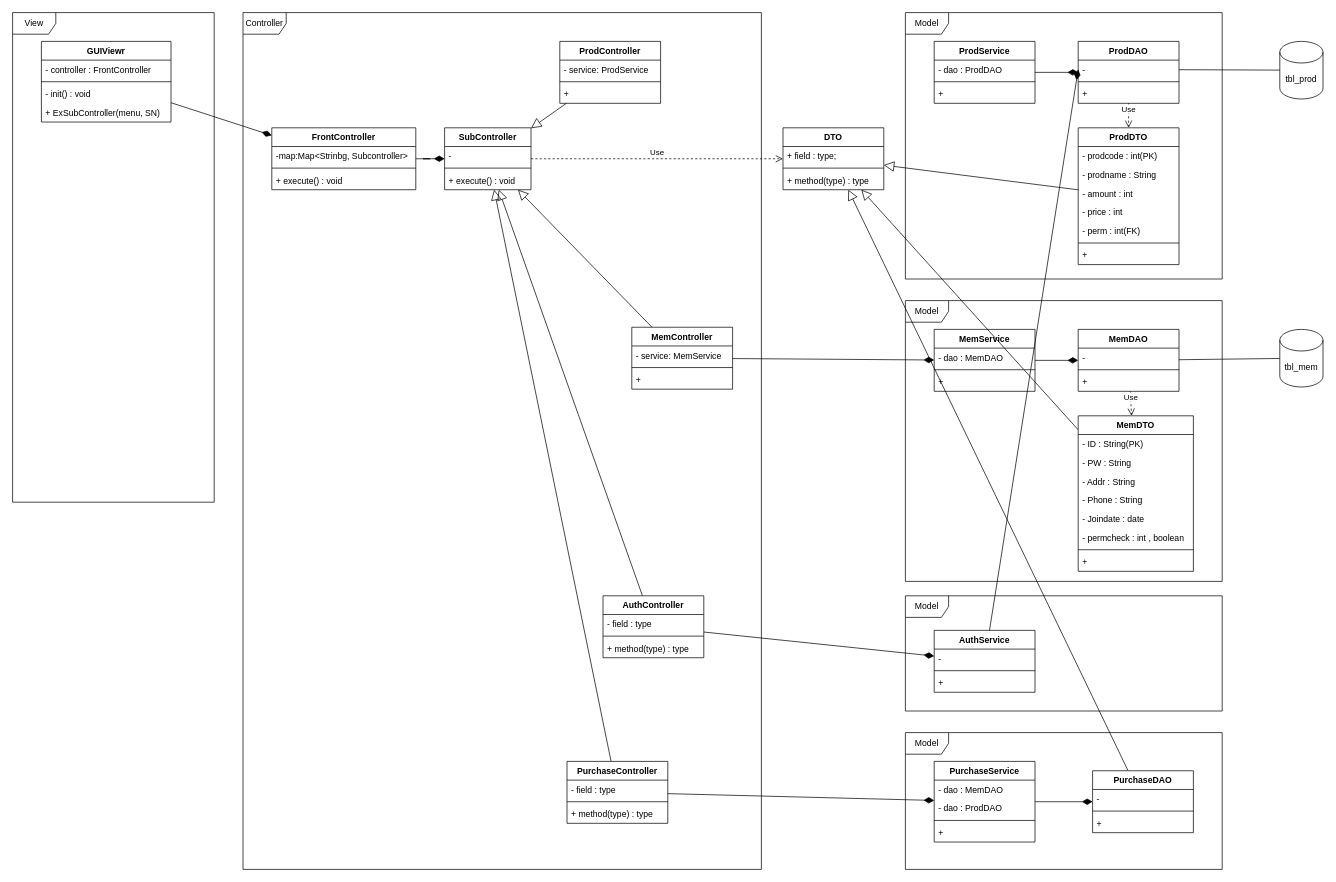
Earlier version of the draw.io diagram page "MVC" (4 of 5) of New/shopmvc.drawio (parkwonminn/teamUML). Source tidied: cells renumbered, new cells numbered last; positions are measured from the earlier drawing's top-left corner, leaving out a move shared by most shapes. Both pictures are drawn from the tidied source at 72%, with x=0, y=0 at pixel (12, 12).
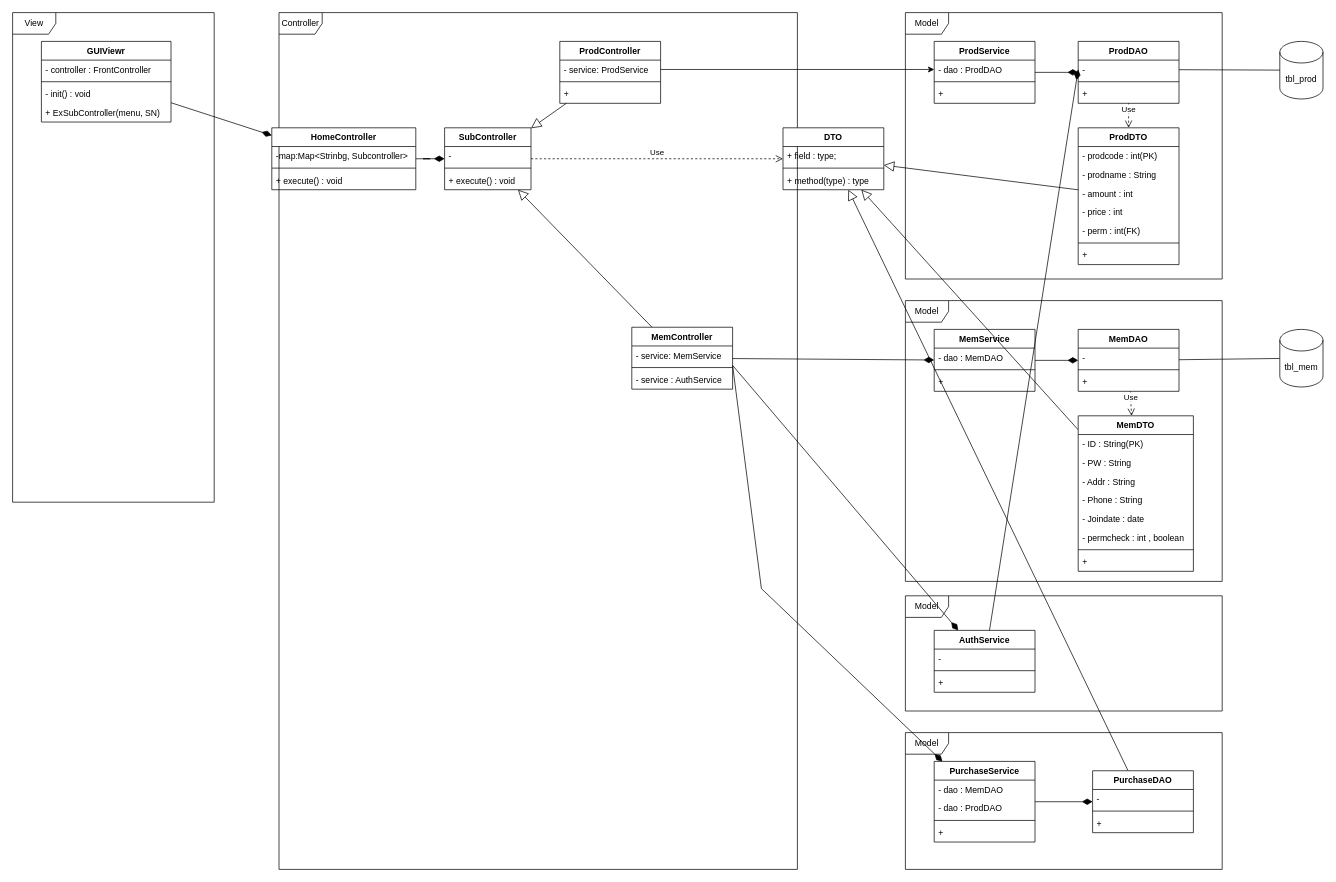
After the change.

The change refers to these unchanged cells:
```xml
<mxCell id="10" value="SubController" style="swimlane;fontStyle=1;align=center;verticalAlign=top;horizontal=1;startSize=26;" parent="1" vertex="1">
  <mxGeometry x="600" y="160" width="120" height="86" as="geometry" />
</mxCell>
<mxCell id="16" value="- service: ProdService" style="text;strokeColor=none;fillColor=none;align=left;verticalAlign=top;spacingLeft=4;spacingRight=4;overflow=hidden;points=[[0,0.5],[1,0.5]];portConstraint=eastwest;" parent="15" vertex="1">
  <mxGeometry y="26" width="140" height="26" as="geometry" />
</mxCell>
<mxCell id="20" value="MemController" style="swimlane;fontStyle=1;align=center;verticalAlign=top;horizontal=1;startSize=26;" parent="1" vertex="1">
  <mxGeometry x="860" y="437" width="140" height="86" as="geometry" />
</mxCell>
<mxCell id="34" value="- dao : ProdDAO" style="text;strokeColor=none;fillColor=none;align=left;verticalAlign=top;spacingLeft=4;spacingRight=4;overflow=hidden;points=[[0,0.5],[1,0.5]];portConstraint=eastwest;" parent="33" vertex="1">
  <mxGeometry y="26" width="140" height="26" as="geometry" />
</mxCell>
<mxCell id="73" value="PurchaseService" style="swimlane;fontStyle=1;align=center;verticalAlign=top;horizontal=1;startSize=26;" parent="1" vertex="1">
  <mxGeometry x="1280" y="1040" width="140" height="112" as="geometry" />
</mxCell>
<mxCell id="86" value="AuthService" style="swimlane;fontStyle=1;align=center;verticalAlign=top;horizontal=1;startSize=26;" parent="1" vertex="1">
  <mxGeometry x="1280" y="858" width="140" height="86" as="geometry" />
</mxCell>
```

Diff of the diagram source:
```diff
@@
     <mxCell id="3" value="Controller" style="shape=umlFrame;whiteSpace=wrap;html=1;" parent="1" vertex="1">
-      <mxGeometry x="320" width="720" height="1190" as="geometry" />
+      <mxGeometry x="370" width="720" height="1190" as="geometry" />
     </mxCell>
@@
-    <mxCell id="23" value="+" style="text;strokeColor=none;fillColor=none;align=left;verticalAlign=top;spacingLeft=4;spacingRight=4;overflow=hidden;" parent="20" vertex="1">
+    <mxCell id="23" value="- service : AuthService" style="text;strokeColor=none;fillColor=none;align=left;verticalAlign=top;spacingLeft=4;spacingRight=4;overflow=hidden;" parent="20" vertex="1">
       <mxGeometry y="60" width="140" height="26" as="geometry" />
     </mxCell>
@@
-    <mxCell id="28" value="FrontController" style="swimlane;fontStyle=1;align=center;verticalAlign=top;horizontal=1;startSize=26;" parent="1" vertex="1">
+    <mxCell id="28" value="HomeController" style="swimlane;fontStyle=1;align=center;verticalAlign=top;horizontal=1;startSize=26;" parent="1" vertex="1">
       <mxGeometry x="360" y="160" width="200" height="86" as="geometry" />
     </mxCell>
@@
-    <mxCell id="90" style="edgeStyle=none;rounded=0;jettySize=auto;html=1;endArrow=block;endFill=0;endSize=12;" parent="1" edge="1" source="91" target="10">
-      <mxGeometry relative="1" as="geometry" />
-    </mxCell>
-    <mxCell id="91" value="AuthController" style="swimlane;fontStyle=1;align=center;verticalAlign=top;horizontal=1;startSize=26;" parent="1" vertex="1">
-      <mxGeometry x="820" y="810" width="140" height="86" as="geometry" />
-    </mxCell>
-    <mxCell id="92" value="- field : type" style="text;strokeColor=none;fillColor=none;align=left;verticalAlign=top;spacingLeft=4;spacingRight=4;overflow=hidden;" parent="91" vertex="1">
-      <mxGeometry y="26" width="140" height="26" as="geometry" />
-    </mxCell>
-    <mxCell id="93" style="line;strokeWidth=1;fillColor=none;align=left;verticalAlign=middle;spacingTop=-1;spacingLeft=3;spacingRight=3;labelPosition=right;strokeColor=inherit;" parent="91" vertex="1">
-      <mxGeometry y="52" width="140" height="8" as="geometry" />
-    </mxCell>
-    <mxCell id="94" value="+ method(type) : type" style="text;strokeColor=none;fillColor=none;align=left;verticalAlign=top;spacingLeft=4;spacingRight=4;overflow=hidden;" parent="91" vertex="1">
-      <mxGeometry y="60" width="140" height="26" as="geometry" />
-    </mxCell>
-    <mxCell id="95" style="edgeStyle=none;rounded=0;jettySize=auto;html=1;endArrow=block;endFill=0;endSize=12;" parent="1" edge="1" source="96" target="10">
-      <mxGeometry relative="1" as="geometry" />
-    </mxCell>
-    <mxCell id="96" value="PurchaseController" style="swimlane;fontStyle=1;align=center;verticalAlign=top;horizontal=1;startSize=26;" parent="1" vertex="1">
-      <mxGeometry x="770" y="1040" width="140" height="86" as="geometry" />
-    </mxCell>
-    <mxCell id="97" value="- field : type" style="text;strokeColor=none;fillColor=none;align=left;verticalAlign=top;spacingLeft=4;spacingRight=4;overflow=hidden;" parent="96" vertex="1">
-      <mxGeometry y="26" width="140" height="26" as="geometry" />
-    </mxCell>
-    <mxCell id="98" style="line;strokeWidth=1;fillColor=none;align=left;verticalAlign=middle;spacingTop=-1;spacingLeft=3;spacingRight=3;labelPosition=right;strokeColor=inherit;" parent="96" vertex="1">
-      <mxGeometry y="52" width="140" height="8" as="geometry" />
-    </mxCell>
-    <mxCell id="99" value="+ method(type) : type" style="text;strokeColor=none;fillColor=none;align=left;verticalAlign=top;spacingLeft=4;spacingRight=4;overflow=hidden;" parent="96" vertex="1">
-      <mxGeometry y="60" width="140" height="26" as="geometry" />
-    </mxCell>
@@
-    <mxCell id="104" style="rounded=0;jettySize=auto;html=1;endArrow=diamondThin;endFill=1;endSize=12;" parent="1" edge="1" source="91" target="86">
-      <mxGeometry relative="1" as="geometry" />
+    <mxCell id="104" style="rounded=0;jettySize=auto;html=1;endArrow=diamondThin;endFill=1;endSize=12;" parent="1" edge="1" target="86">
+      <mxGeometry relative="1" as="geometry">
+        <mxPoint x="1000" y="490" as="sourcePoint" />
+      </mxGeometry>
     </mxCell>
-    <mxCell id="105" style="rounded=0;jettySize=auto;html=1;endArrow=diamondThin;endFill=1;endSize=12;" parent="1" edge="1" source="96" target="73">
-      <mxGeometry relative="1" as="geometry" />
+    <mxCell id="105" style="rounded=0;jettySize=auto;html=1;endArrow=diamondThin;endFill=1;endSize=12;" parent="1" edge="1" target="73">
+      <mxGeometry relative="1" as="geometry">
+        <mxPoint x="1000" y="490" as="sourcePoint" />
+        <Array as="points">
+          <mxPoint x="1040" y="800" />
+        </Array>
+      </mxGeometry>
     </mxCell>
@@
+    <mxCell id="110" style="edgeStyle=orthogonalEdgeStyle;rounded=0;jettySize=auto;html=1;entryX=0;entryY=0.5;entryDx=0;entryDy=0;" parent="1" edge="1" source="16" target="34">
+      <mxGeometry relative="1" as="geometry" />
+    </mxCell>
```
